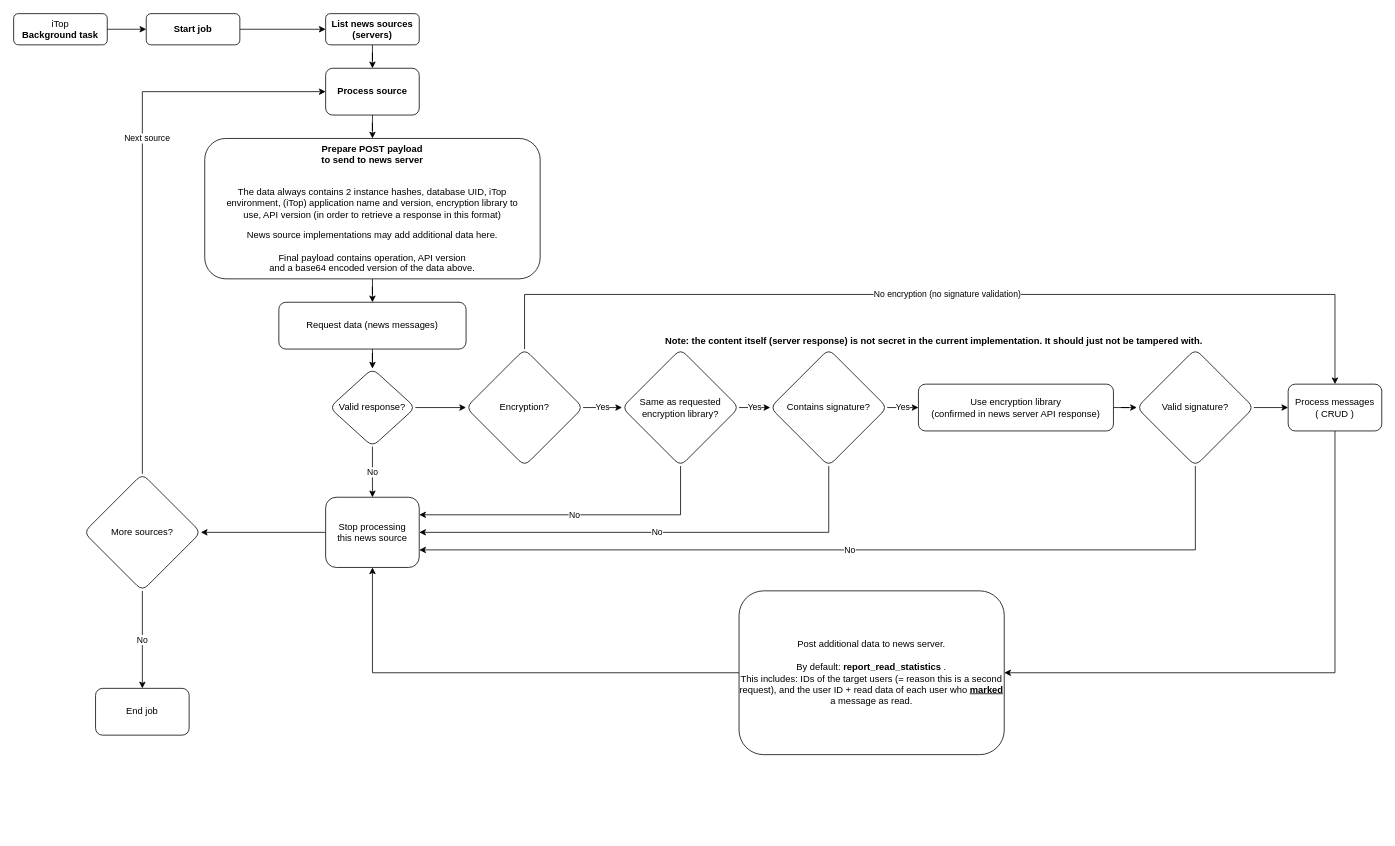
Earlier version of the draw.io diagram documentation/Diagram - background process.drawio (jbostoen/itop-jb-news). Source tidied: cells renumbered, new cells numbered last; positions are measured from the earlier drawing's top-left corner, leaving out a move shared by most shapes. Both pictures are drawn from the tidied source at 78%, with x=0, y=0 at pixel (13, 13).
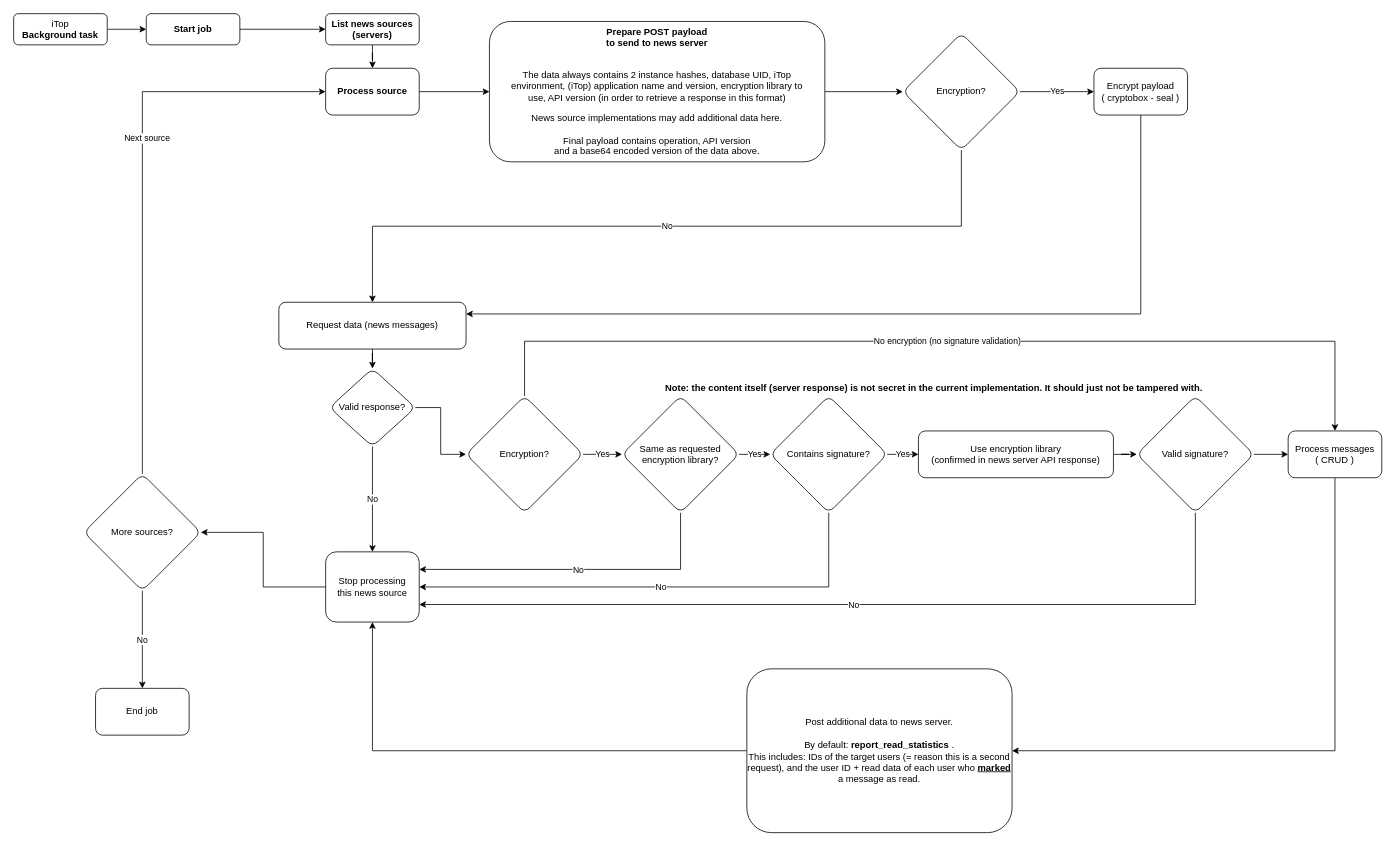
After the change.

Commit message (it also covers changes not shown here):
* Update documentation about background process

Unchanged cells that the change refers to:
```xml
<mxCell id="11" value="Request data (news messages)" style="rounded=1;whiteSpace=wrap;html=1;fontSize=12;glass=0;strokeWidth=1;shadow=0;" parent="1" vertex="1">
  <mxGeometry x="340" y="370" width="240" height="60" as="geometry" />
</mxCell>
```

What changed in the source:
```diff
@@
-    <mxCell id="8" style="edgeStyle=orthogonalEdgeStyle;rounded=0;jettySize=auto;html=1;" parent="1" edge="1" source="9" target="11">
-      <mxGeometry relative="1" as="geometry" />
-    </mxCell>
+    <mxCell id="43" style="edgeStyle=orthogonalEdgeStyle;rounded=0;jettySize=auto;html=1;" parent="1" edge="1" source="9" target="46">
+      <mxGeometry relative="1" as="geometry" />
+    </mxCell>
     <mxCell id="9" value="&lt;b&gt;Prepare POST payload &lt;br&gt;to send to news server&lt;/b&gt;&lt;br&gt;&lt;br&gt;&lt;p align=&quot;center&quot;&gt;The data always contains 2 instance hashes, database UID, iTop &lt;br&gt;environment, (iTop) application name and version, encryption library to &lt;br&gt;use, API version (in order to retrieve a response in this format)&lt;br&gt;&lt;/p&gt;&lt;div align=&quot;center&quot;&gt;News source implementations may add additional data here.&lt;br&gt;&lt;br&gt;Final payload contains operation, API version &lt;br&gt;and a base64 encoded version of the data above.&lt;br&gt;&lt;/div&gt;" style="rounded=1;whiteSpace=wrap;html=1;fontSize=12;glass=0;strokeWidth=1;shadow=0;" parent="1" vertex="1">
-      <mxGeometry x="245" y="160" width="430" height="180" as="geometry" />
+      <mxGeometry x="610" y="10" width="430" height="180" as="geometry" />
     </mxCell>
@@
     <mxCell id="16" value="Stop processing&lt;br&gt;this news source" style="whiteSpace=wrap;html=1;rounded=1;glass=0;strokeWidth=1;shadow=0;" parent="1" vertex="1">
-      <mxGeometry x="400" y="620" width="120" height="90" as="geometry" />
+      <mxGeometry x="400" y="690" width="120" height="90" as="geometry" />
     </mxCell>
@@
     <mxCell id="18" value="Use encryption library &lt;br&gt;(confirmed in news server API response)" style="whiteSpace=wrap;html=1;rounded=1;glass=0;strokeWidth=1;shadow=0;" parent="1" vertex="1">
-      <mxGeometry x="1160" y="475" width="250" height="60" as="geometry" />
+      <mxGeometry x="1160" y="535" width="250" height="60" as="geometry" />
     </mxCell>
@@
     <mxCell id="21" value="Same as requested encryption library?" style="rhombus;whiteSpace=wrap;html=1;rounded=1;glass=0;strokeWidth=1;shadow=0;" parent="1" vertex="1">
-      <mxGeometry x="780" y="430" width="150" height="150" as="geometry" />
+      <mxGeometry x="780" y="490" width="150" height="150" as="geometry" />
     </mxCell>
@@
     <mxCell id="24" value="Contains signature?" style="rhombus;whiteSpace=wrap;html=1;rounded=1;glass=0;strokeWidth=1;shadow=0;" parent="1" vertex="1">
-      <mxGeometry x="970" y="430" width="150" height="150" as="geometry" />
+      <mxGeometry x="970" y="490" width="150" height="150" as="geometry" />
     </mxCell>
@@
     <mxCell id="27" value="Valid signature?" style="rhombus;whiteSpace=wrap;html=1;rounded=1;glass=0;strokeWidth=1;shadow=0;" parent="1" vertex="1">
-      <mxGeometry x="1440" y="430" width="150" height="150" as="geometry" />
+      <mxGeometry x="1440" y="490" width="150" height="150" as="geometry" />
     </mxCell>
     <mxCell id="28" value="Note: the content itself (server response) is not secret in the current implementation. It should just not be tampered with." style="text;html=1;strokeColor=none;fillColor=none;align=center;verticalAlign=middle;whiteSpace=wrap;rounded=0;fontStyle=1;" parent="1" vertex="1">
-      <mxGeometry x="800" y="380" width="760" height="80" as="geometry" />
+      <mxGeometry x="800" y="440" width="760" height="80" as="geometry" />
     </mxCell>
@@
     <mxCell id="30" value="Process messages&lt;br&gt;( CRUD )" style="whiteSpace=wrap;html=1;rounded=1;glass=0;strokeWidth=1;shadow=0;" parent="1" vertex="1">
-      <mxGeometry x="1634" y="475" width="120" height="60" as="geometry" />
+      <mxGeometry x="1634" y="535" width="120" height="60" as="geometry" />
     </mxCell>
@@
     <mxCell id="32" value="No encryption (no signature validation)" style="edgeStyle=orthogonalEdgeStyle;rounded=0;jettySize=auto;html=1;exitX=0.5;exitY=0;exitDx=0;exitDy=0;entryX=0.5;entryY=0;entryDx=0;entryDy=0;" parent="1" edge="1" source="33" target="30">
       <mxGeometry relative="1" as="geometry">
         <Array as="points">
-          <mxPoint x="655" y="360" />
-          <mxPoint x="1694" y="360" />
+          <mxPoint x="655" y="420" />
+          <mxPoint x="1694" y="420" />
         </Array>
       </mxGeometry>
     </mxCell>
     <mxCell id="33" value="Encryption?" style="rhombus;whiteSpace=wrap;html=1;rounded=1;glass=0;strokeWidth=1;shadow=0;" parent="1" vertex="1">
-      <mxGeometry x="580" y="430" width="150" height="150" as="geometry" />
+      <mxGeometry x="580" y="490" width="150" height="150" as="geometry" />
     </mxCell>
@@
     <mxCell id="42" value="Post additional data to news server.&lt;br&gt;&lt;br&gt;By default: &lt;b&gt;report_read_statistics &lt;/b&gt;. &lt;br&gt;This includes: IDs of the target users (= reason this is a second request), and the user ID + read data of each user who &lt;u&gt;&lt;b&gt;marked &lt;/b&gt;&lt;/u&gt;a message as read." style="whiteSpace=wrap;html=1;rounded=1;glass=0;strokeWidth=1;shadow=0;" parent="1" vertex="1">
-      <mxGeometry x="930" y="740" width="340" height="210" as="geometry" />
+      <mxGeometry x="940" y="840" width="340" height="210" as="geometry" />
     </mxCell>
+    <mxCell id="44" value="No" style="edgeStyle=orthogonalEdgeStyle;rounded=0;jettySize=auto;html=1;exitX=0.5;exitY=1;exitDx=0;exitDy=0;entryX=0.5;entryY=0;entryDx=0;entryDy=0;" parent="1" edge="1" source="46" target="11">
+      <mxGeometry relative="1" as="geometry" />
+    </mxCell>
+    <mxCell id="45" value="Yes" style="edgeStyle=orthogonalEdgeStyle;rounded=0;jettySize=auto;html=1;" parent="1" edge="1" source="46" target="48">
+      <mxGeometry relative="1" as="geometry" />
+    </mxCell>
+    <mxCell id="46" value="Encryption?" style="rhombus;whiteSpace=wrap;html=1;rounded=1;glass=0;strokeWidth=1;shadow=0;" parent="1" vertex="1">
+      <mxGeometry x="1140" y="25" width="150" height="150" as="geometry" />
+    </mxCell>
+    <mxCell id="47" style="edgeStyle=orthogonalEdgeStyle;rounded=0;jettySize=auto;html=1;exitX=0.5;exitY=1;exitDx=0;exitDy=0;entryX=1;entryY=0.25;entryDx=0;entryDy=0;" parent="1" edge="1" source="48" target="11">
+      <mxGeometry relative="1" as="geometry" />
+    </mxCell>
+    <mxCell id="48" value="Encrypt payload &lt;br&gt;( cryptobox - seal )" style="whiteSpace=wrap;html=1;rounded=1;glass=0;strokeWidth=1;shadow=0;" parent="1" vertex="1">
+      <mxGeometry x="1385" y="70" width="120" height="60" as="geometry" />
+    </mxCell>
```
